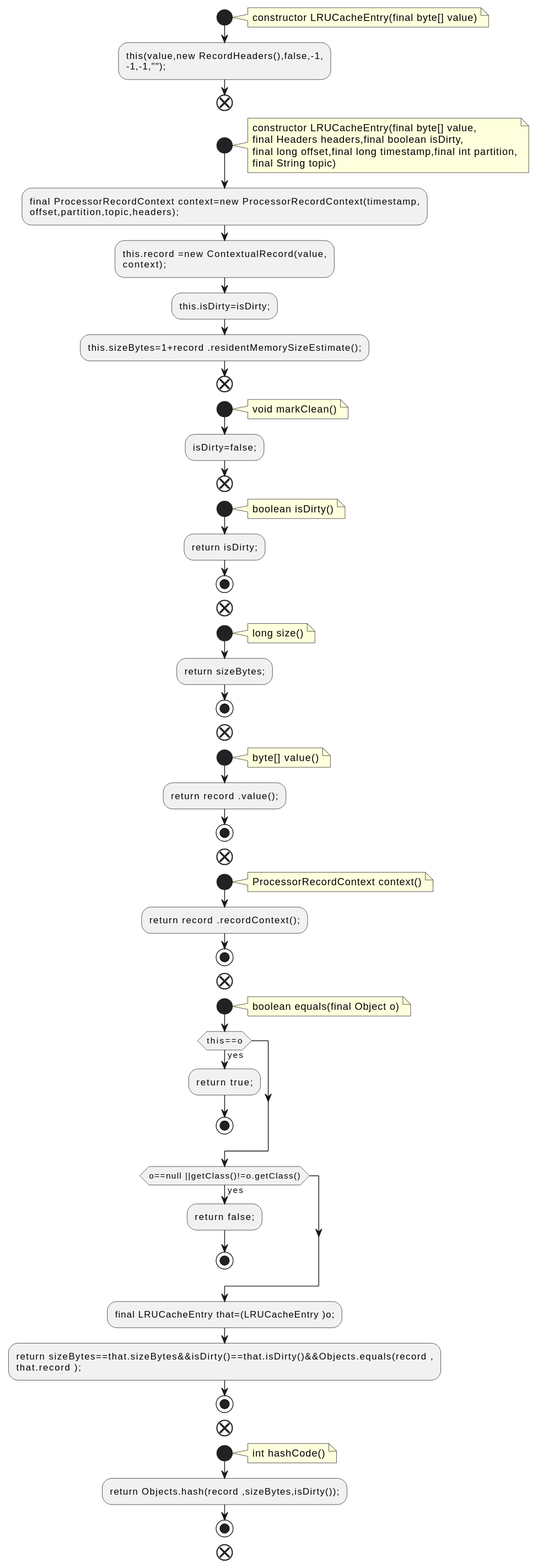
Above: docs/qc/streams/src/main/java/org/apache/kafka/streams/state/internals/LRUCacheEntry.java.fct.svg in qualitesys/kafka (PlantUML), before the change.
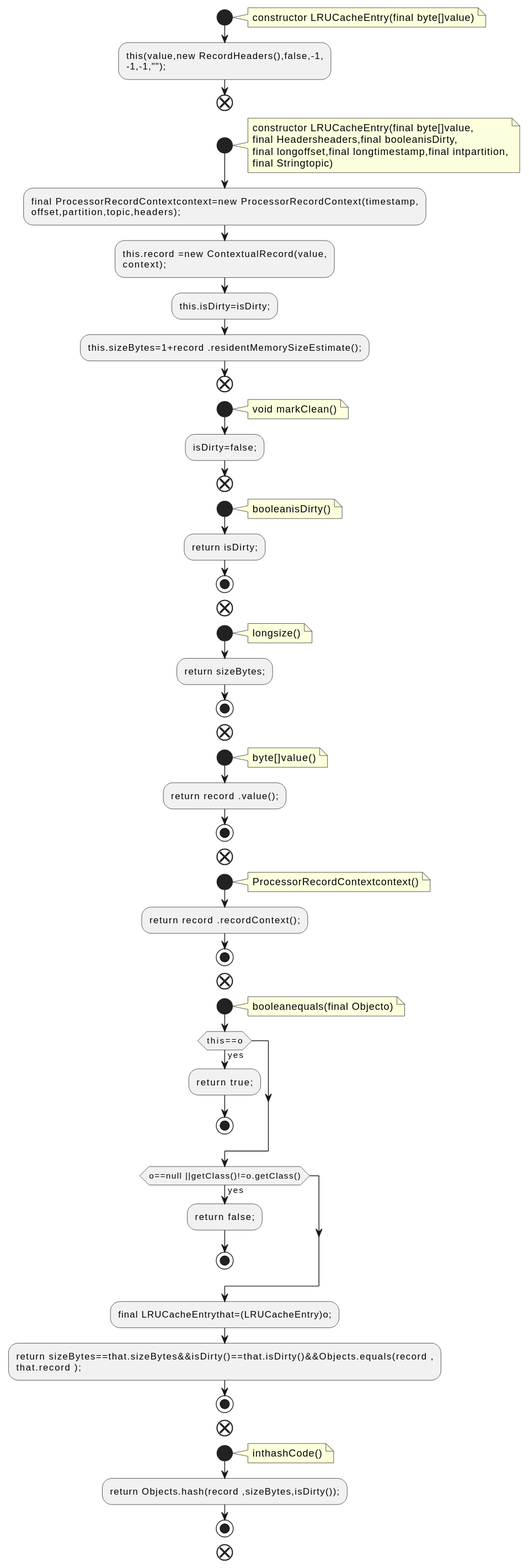
After the change.

Change to the diagram source:
```diff
@@ -2,19 +2,19 @@
 !pragma layout smetana
 start
 note right
-constructor LRUCacheEntry(final byte[] value)
+constructor LRUCacheEntry(final byte[]value)
 end note
 :this(value,new RecordHeaders(),false,-1,
 -1,-1,"");;
 end
 start
 note right
-constructor LRUCacheEntry(final byte[] value,
-final Headers headers,final boolean isDirty,
-final long offset,final long timestamp,final int partition,
-final String topic)
+constructor LRUCacheEntry(final byte[]value,
+final Headersheaders,final booleanisDirty,
+final longoffset,final longtimestamp,final intpartition,
+final Stringtopic)
 end note
-:final ProcessorRecordContext context=new ProcessorRecordContext(timestamp,
+:final ProcessorRecordContextcontext=new ProcessorRecordContext(timestamp,
 offset,partition,topic,headers);;
 :this.record =new ContextualRecord(value,
 context);;
@@ -29,35 +29,35 @@
 end
 start
 note right
-boolean isDirty()
+booleanisDirty()
 end note
 :return isDirty;;
 stop
 end
 start
 note right
-long size()
+longsize()
 end note
 :return sizeBytes;;
 stop
 end
 start
 note right
-byte[] value()
+byte[]value()
 end note
 :return record .value();;
 stop
 end
 start
 note right
-ProcessorRecordContext context()
+ProcessorRecordContextcontext()
 end note
 :return record .recordContext();;
 stop
 end
 start
 note right
-boolean equals(final Object o)
+booleanequals(final Objecto)
 end note
 if (this==o) then (yes)
 :return true;;
@@ -67,14 +67,14 @@
 :return false;;
 stop
 endif
-:final LRUCacheEntry that=(LRUCacheEntry )o;;
+:final LRUCacheEntrythat=(LRUCacheEntry)o;;
 :return sizeBytes==that.sizeBytes&&isDirty()==that.isDirty()&&Objects.equals(record ,
 that.record );;
 stop
 end
 start
 note right
-int hashCode()
+inthashCode()
 end note
 :return Objects.hash(record ,sizeBytes,isDirty());;
 stop
```
